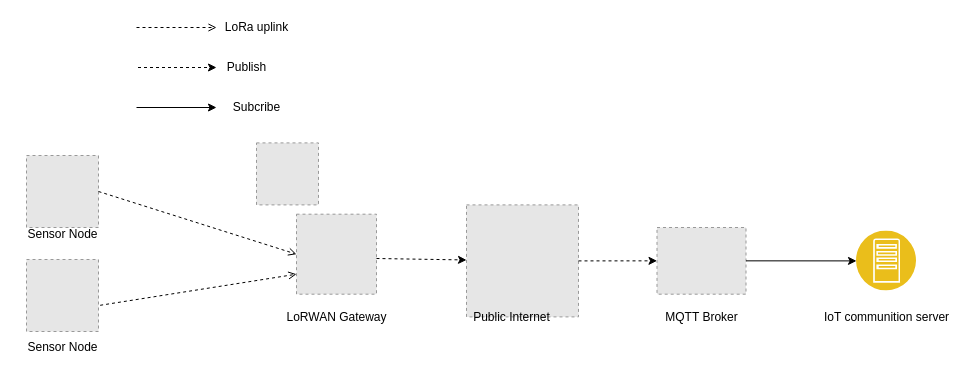
Before: embed-constructor.drawio in akirakyohei/Smart-Energy-Monitor, a draw.io diagram. Source tidied: cells renumbered, new cells numbered last; positions are measured from the earlier drawing's top-left corner, leaving out a move shared by most shapes. Both pictures are drawn from the tidied source at 100%, with x=0, y=0 at pixel (17, 17). Pictures stored in the file or linked from it are replaced by grey dashed boxes.
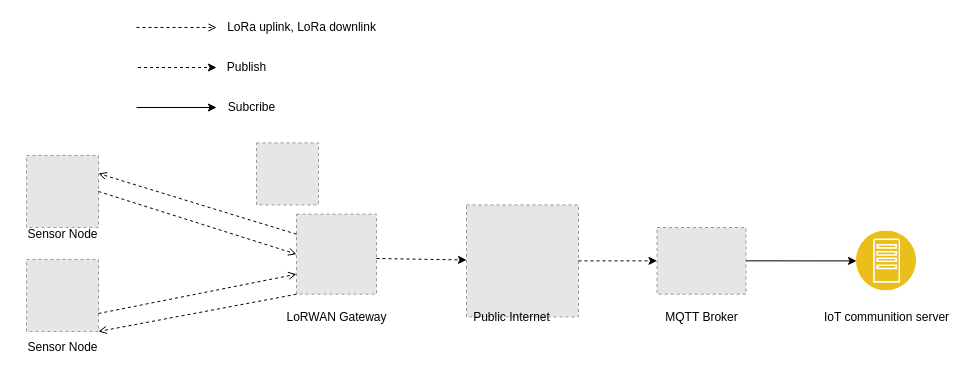
Above is the later version.

The change refers to these unchanged cells:
```xml
<mxCell id="2" style="fillColor=#E6E6E6;strokeColor=#999999;dashed=1;verticalLabelPosition=bottom;labelBackgroundColor=#ffffff;verticalAlign=top;" parent="1" vertex="1">
  <mxGeometry x="9" y="138" width="72" height="72" as="geometry" />
</mxCell>
<mxCell id="4" style="fillColor=#E6E6E6;strokeColor=#999999;dashed=1;verticalLabelPosition=bottom;labelBackgroundColor=#ffffff;verticalAlign=top;" parent="1" vertex="1">
  <mxGeometry x="279" y="196.7" width="80" height="80" as="geometry" />
</mxCell>
<mxCell id="5" style="fillColor=#E6E6E6;strokeColor=#999999;dashed=1;verticalLabelPosition=bottom;labelBackgroundColor=#ffffff;verticalAlign=top;" parent="1" vertex="1">
  <mxGeometry x="9" y="242" width="72" height="72" as="geometry" />
</mxCell>
```

The edit, as a diff of the source:
```diff
@@
-    <mxCell id="11" style="html=1;verticalAlign=bottom;labelBackgroundColor=none;endArrow=open;endFill=0;dashed=1;entryX=0;entryY=0.75;entryDx=0;entryDy=0;exitX=1.023;exitY=0.636;exitDx=0;exitDy=0;exitPerimeter=0;" parent="1" edge="1" source="5" target="4">
+    <mxCell id="11" style="html=1;verticalAlign=bottom;labelBackgroundColor=none;endArrow=open;endFill=0;dashed=1;entryX=0;entryY=0.75;entryDx=0;entryDy=0;exitX=1;exitY=0.75;exitDx=0;exitDy=0;" parent="1" edge="1" source="5" target="4">
       <mxGeometry relative="1" as="geometry" />
     </mxCell>
@@
-    <mxCell id="15" value="LoRa uplink" style="text;html=1;align=center;verticalAlign=middle;strokeColor=none;" parent="1" vertex="1">
-      <mxGeometry x="199" width="80" height="20" as="geometry" />
+    <mxCell id="15" value="LoRa uplink, LoRa downlink" style="text;html=1;align=center;verticalAlign=middle;strokeColor=none;" parent="1" vertex="1">
+      <mxGeometry x="204" width="160" height="20" as="geometry" />
     </mxCell>
@@
     <mxCell id="25" value="Subcribe" style="text;html=1;align=center;verticalAlign=middle;strokeColor=none;" parent="1" vertex="1">
-      <mxGeometry x="209" y="80" width="60" height="20" as="geometry" />
+      <mxGeometry x="204" y="80" width="60" height="20" as="geometry" />
     </mxCell>
+    <mxCell id="26" style="html=1;verticalAlign=bottom;labelBackgroundColor=none;endArrow=open;endFill=0;dashed=1;entryX=1;entryY=0.25;entryDx=0;entryDy=0;exitX=0;exitY=0.25;exitDx=0;exitDy=0;" parent="1" edge="1" source="4" target="2">
+      <mxGeometry relative="1" as="geometry" />
+    </mxCell>
+    <mxCell id="27" style="html=1;verticalAlign=bottom;labelBackgroundColor=none;endArrow=open;endFill=0;dashed=1;exitX=0;exitY=1;exitDx=0;exitDy=0;entryX=1;entryY=1;entryDx=0;entryDy=0;" parent="1" edge="1" source="4" target="5">
+      <mxGeometry relative="1" as="geometry" />
+    </mxCell>
```
